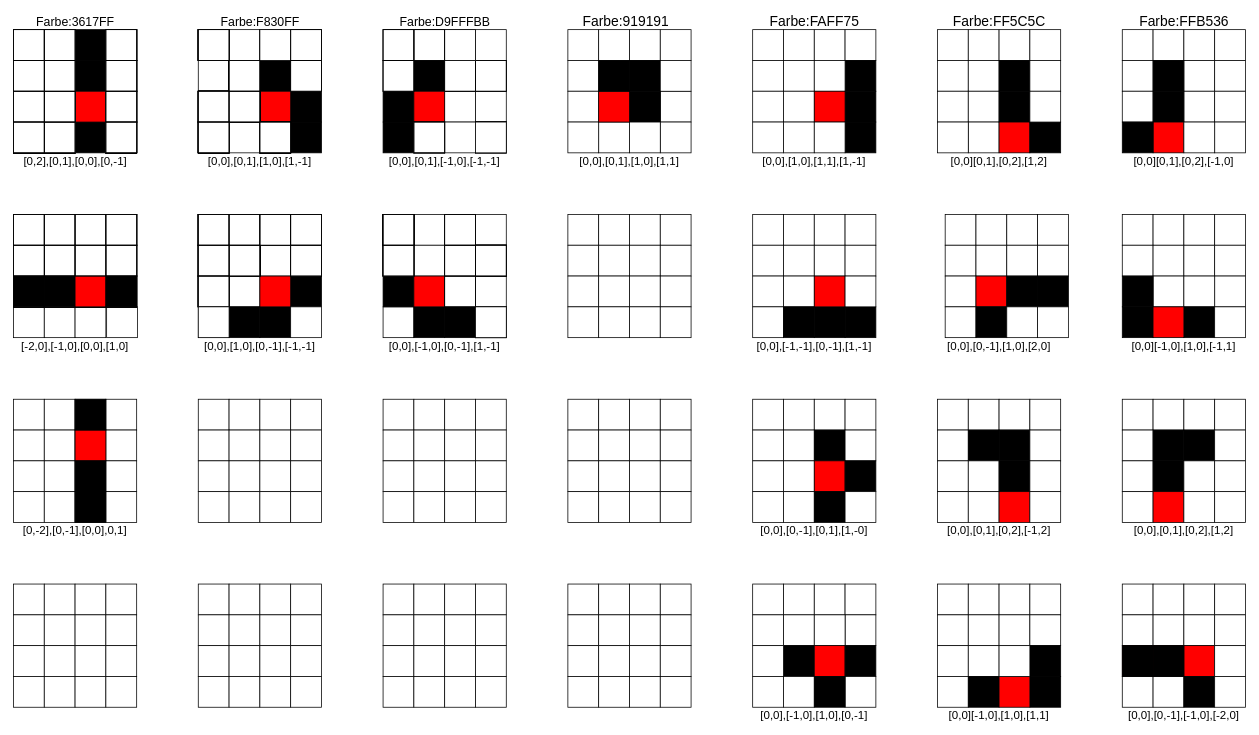
Above: documentation/shapes.drawio in AUSoft-Kassel/tetris (draw.io), before the change. Source tidied: cells renumbered, new cells numbered last; positions are measured from the earlier drawing's top-left corner, leaving out a move shared by most shapes. Both pictures are drawn from the tidied source at 77%, with x=0, y=0 at pixel (13, 14).
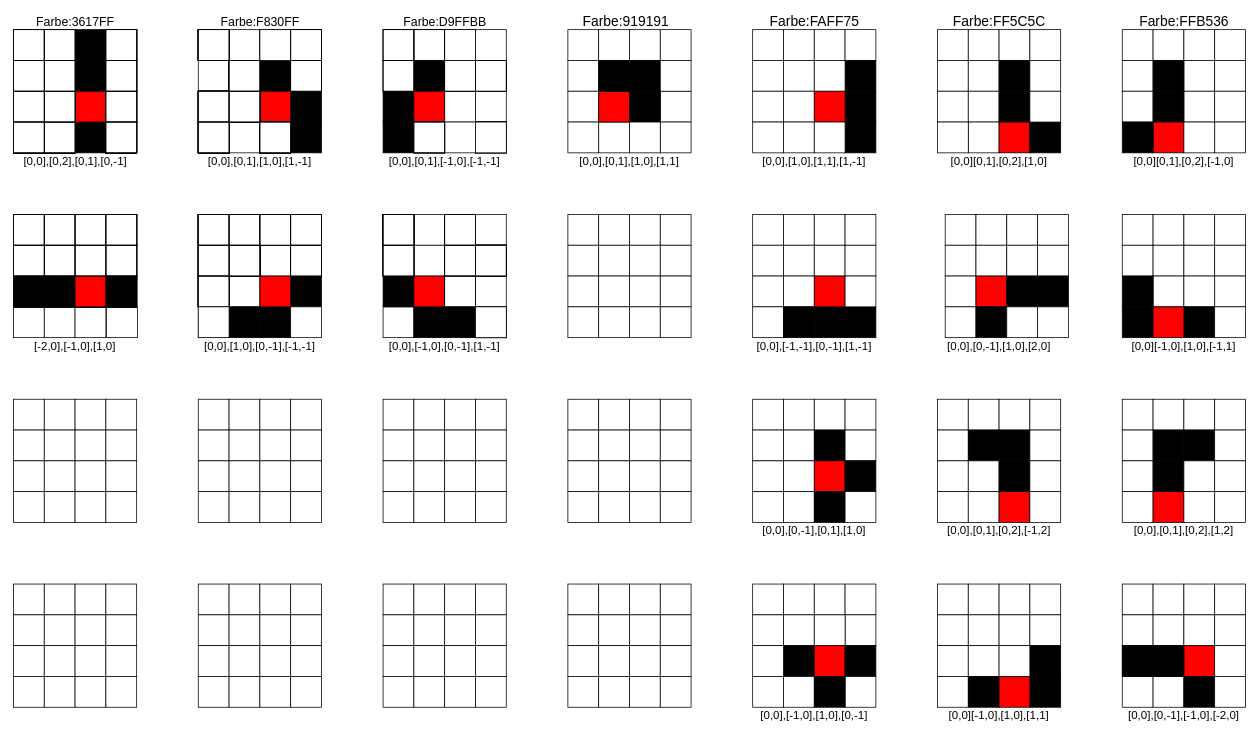
Above is the later version.

What changed in the source:
```diff
@@
-    <mxCell id="66" value="[0,2],[0,1],[0,0],[0,-1]" style="text;html=1;strokeColor=none;fillColor=none;align=center;verticalAlign=middle;whiteSpace=wrap;rounded=0;fontSize=15;" parent="1" vertex="1">
+    <mxCell id="66" value="[0,0],[0,2],[0,1],[0,-1]" style="text;html=1;strokeColor=none;fillColor=none;align=center;verticalAlign=middle;whiteSpace=wrap;rounded=0;fontSize=15;" parent="1" vertex="1">
       <mxGeometry y="180" width="161" height="20" as="geometry" />
     </mxCell>
-    <mxCell id="67" value="[-2,0],[-1,0],[0,0],[1,0]" style="text;html=1;strokeColor=none;fillColor=none;align=center;verticalAlign=middle;whiteSpace=wrap;rounded=0;fontSize=15;" parent="1" vertex="1">
+    <mxCell id="67" value="[-2,0],[-1,0],[1,0]" style="text;html=1;strokeColor=none;fillColor=none;align=center;verticalAlign=middle;whiteSpace=wrap;rounded=0;fontSize=15;" parent="1" vertex="1">
       <mxGeometry y="420" width="160" height="20" as="geometry" />
     </mxCell>
@@
-    <mxCell id="363" value="[0,0][0,1],[0,2],[1,2]" style="text;html=1;strokeColor=none;fillColor=none;align=center;verticalAlign=middle;whiteSpace=wrap;rounded=0;fontSize=15;" parent="1" vertex="1">
+    <mxCell id="363" value="[0,0][0,1],[0,2],[1,0]" style="text;html=1;strokeColor=none;fillColor=none;align=center;verticalAlign=middle;whiteSpace=wrap;rounded=0;fontSize=15;" parent="1" vertex="1">
       <mxGeometry x="1200" y="180" width="160" height="20" as="geometry" />
     </mxCell>
@@
-    <mxCell id="1102" value="[0,0],[0,-1],[0,1],[1,-0]" style="text;html=1;strokeColor=none;fillColor=none;align=center;verticalAlign=middle;whiteSpace=wrap;rounded=0;fontSize=15;" parent="1" vertex="1">
+    <mxCell id="1102" value="[0,0],[0,-1],[0,1],[1,0]" style="text;html=1;strokeColor=none;fillColor=none;align=center;verticalAlign=middle;whiteSpace=wrap;rounded=0;fontSize=15;" parent="1" vertex="1">
       <mxGeometry x="960" y="660" width="160" height="20" as="geometry" />
     </mxCell>
@@
-    <mxCell id="1111" value="&lt;font size=&quot;3&quot;&gt;Farbe:D9FFFBB&lt;/font&gt;" style="text;html=1;align=center;verticalAlign=middle;" parent="1" vertex="1">
-      <mxGeometry x="495" width="130" height="20" as="geometry" />
+    <mxCell id="1111" value="&lt;font size=&quot;3&quot;&gt;Farbe:D9FFBB&lt;/font&gt;" style="text;html=1;align=center;verticalAlign=middle;" parent="1" vertex="1">
+      <mxGeometry x="500" width="120" height="20" as="geometry" />
     </mxCell>
@@
-    <mxCell id="1146" style="whiteSpace=wrap;html=1;fillColor=#FF0000;" parent="1" vertex="1">
-      <mxGeometry x="80" y="540" width="40" height="40" as="geometry" />
-    </mxCell>
-    <mxCell id="1147" style="whiteSpace=wrap;html=1;fillColor=#000000;" parent="1" vertex="1">
-      <mxGeometry x="80" y="500" width="40" height="40" as="geometry" />
-    </mxCell>
-    <mxCell id="1148" style="whiteSpace=wrap;html=1;fillColor=#000000;" parent="1" vertex="1">
-      <mxGeometry x="80" y="580" width="40" height="40" as="geometry" />
-    </mxCell>
-    <mxCell id="1149" style="whiteSpace=wrap;html=1;fillColor=#000000;" parent="1" vertex="1">
-      <mxGeometry x="80" y="620" width="40" height="40" as="geometry" />
-    </mxCell>
-    <mxCell id="1150" value="[0,-2],[0,-1],[0,0],0,1]" style="text;html=1;strokeColor=none;fillColor=none;align=center;verticalAlign=middle;whiteSpace=wrap;rounded=0;fontSize=15;" parent="1" vertex="1">
-      <mxGeometry y="660" width="160" height="20" as="geometry" />
-    </mxCell>
```
